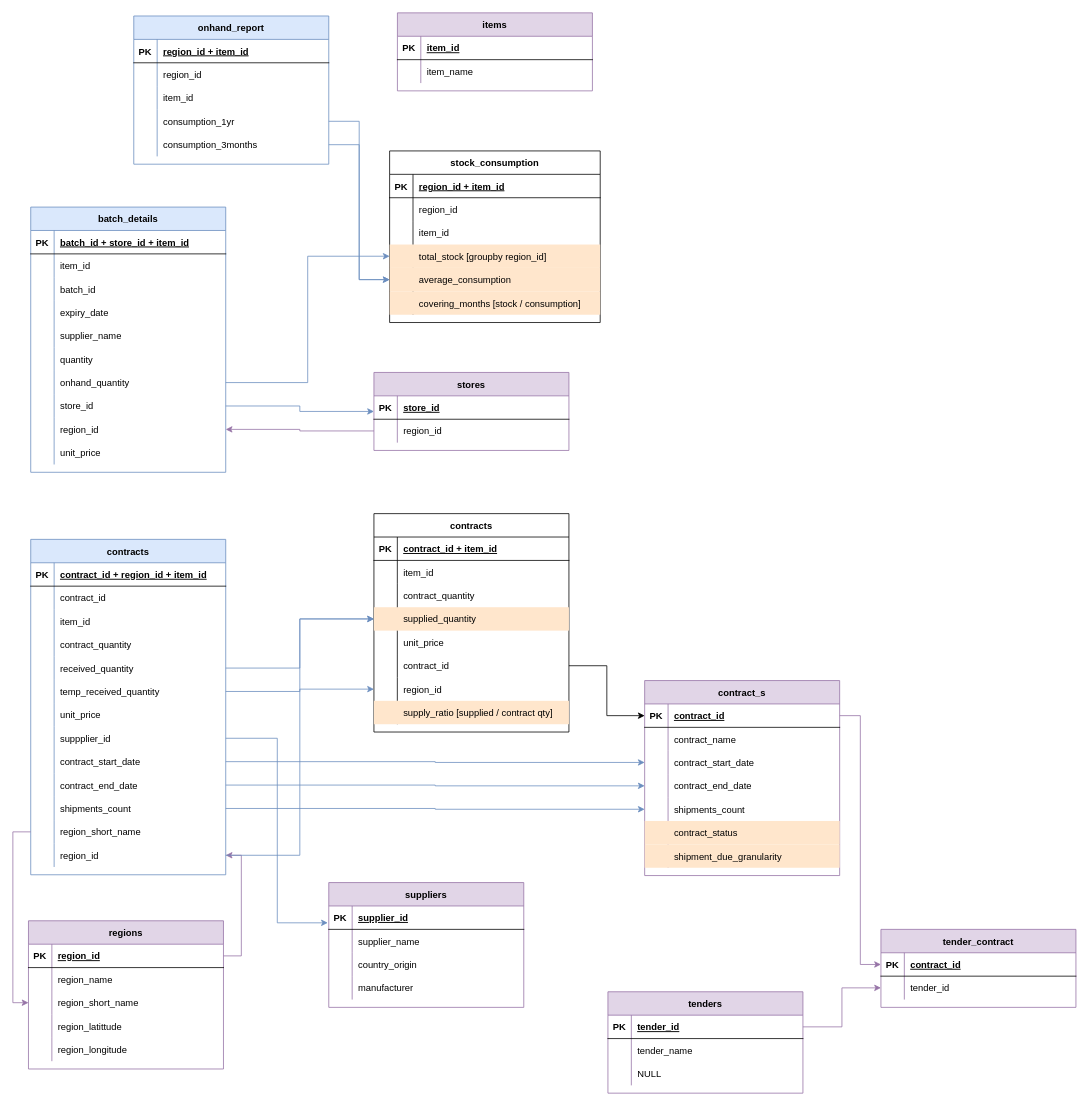
HammadYasin/OOS-Analysis-Bot keeps this draw.io diagram as oos_bot.drawio. Above is the earlier version. Source tidied: cells renumbered, new cells numbered last; positions are measured from the earlier drawing's top-left corner, leaving out a move shared by most shapes. Both pictures are drawn from the tidied source at 78%, with x=0, y=0 at pixel (28, 12).
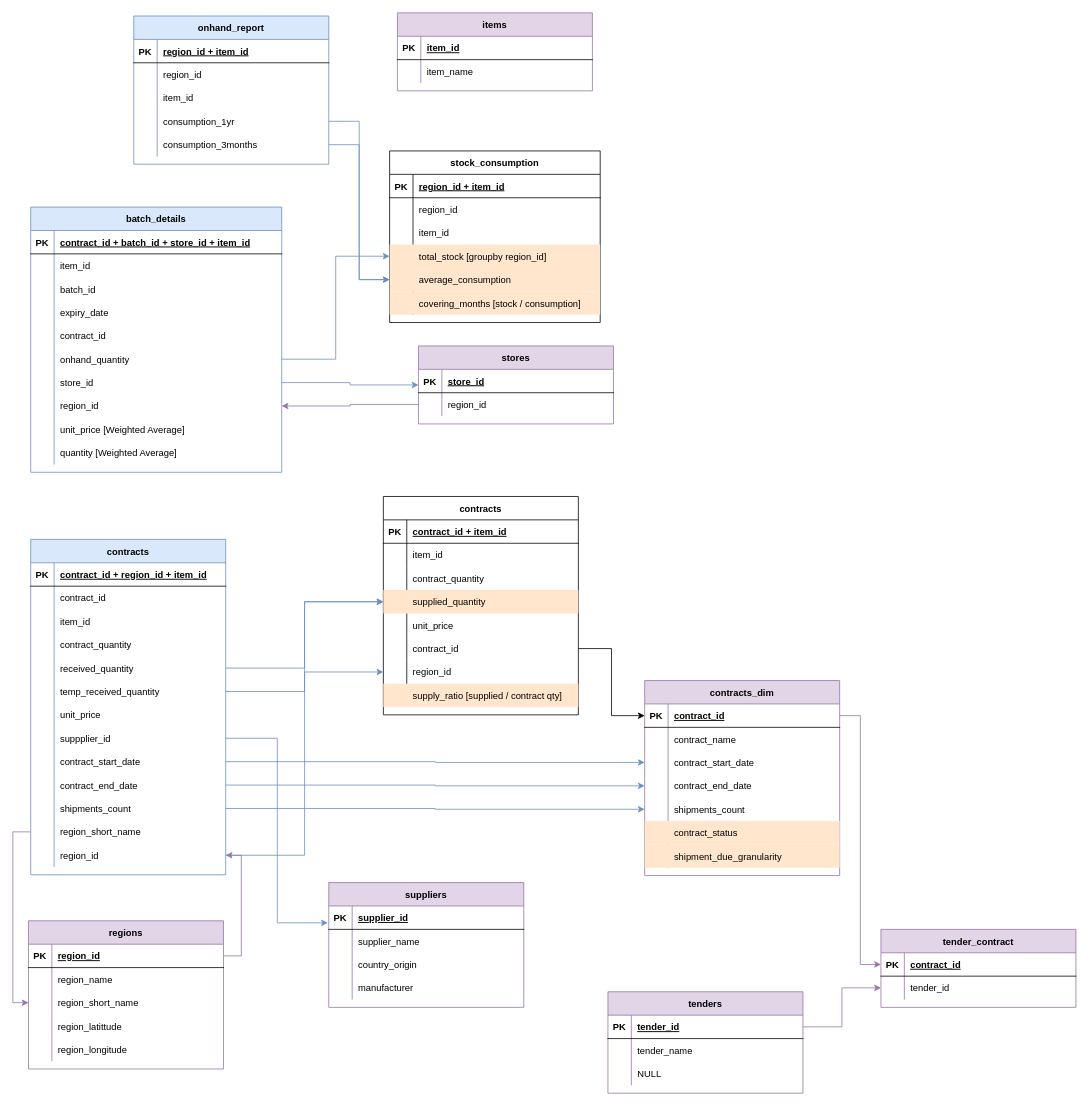
The same page after the edit.

The edit, as a diff of the source:
```diff
@@
     <mxCell id="58" value="batch_details" style="shape=table;startSize=30;childLayout=tableLayout;rowLines=0;fontStyle=1;align=center;fillColor=#dae8fc;strokeColor=#6c8ebf;" parent="1" vertex="1">
-      <mxGeometry x="2.9" y="249" width="250" height="340" as="geometry" />
+      <mxGeometry x="2.9" y="249" width="321.8" height="340" as="geometry" />
     </mxCell>
     <mxCell id="59" style="shape=partialRectangle;fillColor=none;top=0;left=0;right=0;bottom=1;" parent="58" vertex="1">
-      <mxGeometry y="30" width="250" height="30" as="geometry" />
+      <mxGeometry y="30" width="321.8" height="30" as="geometry" />
     </mxCell>
@@
-    <mxCell id="61" value="batch_id + store_id + item_id" style="shape=partialRectangle;overflow=hidden;fillColor=none;top=0;left=0;bottom=0;right=0;align=left;spacingLeft=6;fontStyle=5;" parent="59" vertex="1">
-      <mxGeometry x="30" width="220" height="30" as="geometry" />
+    <mxCell id="61" value="contract_id + batch_id + store_id + item_id" style="shape=partialRectangle;overflow=hidden;fillColor=none;top=0;left=0;bottom=0;right=0;align=left;spacingLeft=6;fontStyle=5;" parent="59" vertex="1">
+      <mxGeometry x="30" width="291.8" height="30" as="geometry" />
     </mxCell>
     <mxCell id="62" style="shape=partialRectangle;fillColor=none;top=0;left=0;right=0;bottom=0;" parent="58" vertex="1">
-      <mxGeometry y="60" width="250" height="30" as="geometry" />
+      <mxGeometry y="60" width="321.8" height="30" as="geometry" />
     </mxCell>
@@
     <mxCell id="64" value="item_id" style="shape=partialRectangle;overflow=hidden;fillColor=none;top=0;left=0;bottom=0;right=0;align=left;spacingLeft=6;" parent="62" vertex="1">
-      <mxGeometry x="30" width="220" height="30" as="geometry" />
+      <mxGeometry x="30" width="291.8" height="30" as="geometry" />
     </mxCell>
     <mxCell id="65" style="shape=partialRectangle;fillColor=none;top=0;left=0;right=0;bottom=0;" parent="58" vertex="1">
-      <mxGeometry y="90" width="250" height="30" as="geometry" />
+      <mxGeometry y="90" width="321.8" height="30" as="geometry" />
     </mxCell>
@@
     <mxCell id="67" value="batch_id" style="shape=partialRectangle;overflow=hidden;fillColor=none;top=0;left=0;bottom=0;right=0;align=left;spacingLeft=6;" parent="65" vertex="1">
-      <mxGeometry x="30" width="220" height="30" as="geometry" />
+      <mxGeometry x="30" width="291.8" height="30" as="geometry" />
     </mxCell>
     <mxCell id="68" style="shape=partialRectangle;fillColor=none;top=0;left=0;right=0;bottom=0;" parent="58" vertex="1">
-      <mxGeometry y="120" width="250" height="30" as="geometry" />
+      <mxGeometry y="120" width="321.8" height="30" as="geometry" />
     </mxCell>
@@
     <mxCell id="70" value="expiry_date" style="shape=partialRectangle;overflow=hidden;fillColor=none;top=0;left=0;bottom=0;right=0;align=left;spacingLeft=6;" parent="68" vertex="1">
-      <mxGeometry x="30" width="220" height="30" as="geometry" />
+      <mxGeometry x="30" width="291.8" height="30" as="geometry" />
     </mxCell>
-    <mxCell id="71" style="shape=partialRectangle;fillColor=none;top=0;left=0;right=0;bottom=0;" parent="58" vertex="1">
-      <mxGeometry y="150" width="250" height="30" as="geometry" />
-    </mxCell>
-    <mxCell id="72" style="shape=partialRectangle;overflow=hidden;fillColor=none;top=0;left=0;bottom=0;right=0;" parent="71" vertex="1">
-      <mxGeometry width="30" height="30" as="geometry" />
-    </mxCell>
-    <mxCell id="73" value="supplier_name" style="shape=partialRectangle;overflow=hidden;fillColor=none;top=0;left=0;bottom=0;right=0;align=left;spacingLeft=6;" parent="71" vertex="1">
-      <mxGeometry x="30" width="220" height="30" as="geometry" />
-    </mxCell>
     <mxCell id="74" style="shape=partialRectangle;fillColor=none;top=0;left=0;right=0;bottom=0;" parent="58" vertex="1">
-      <mxGeometry y="180" width="250" height="30" as="geometry" />
+      <mxGeometry y="150" width="321.8" height="30" as="geometry" />
     </mxCell>
@@
-    <mxCell id="76" value="quantity" style="shape=partialRectangle;overflow=hidden;fillColor=none;top=0;left=0;bottom=0;right=0;align=left;spacingLeft=6;" parent="74" vertex="1">
-      <mxGeometry x="30" width="220" height="30" as="geometry" />
+    <mxCell id="76" value="contract_id" style="shape=partialRectangle;overflow=hidden;fillColor=none;top=0;left=0;bottom=0;right=0;align=left;spacingLeft=6;" parent="74" vertex="1">
+      <mxGeometry x="30" width="291.8" height="30" as="geometry" />
     </mxCell>
     <mxCell id="77" style="shape=partialRectangle;points=[[0,0.5],[1,0.5]];portConstraint=eastwest;top=0;left=0;right=0;bottom=0;fillColor=none;" parent="58" vertex="1">
-      <mxGeometry y="210" width="250" height="30" as="geometry" />
+      <mxGeometry y="180" width="321.8" height="30" as="geometry" />
     </mxCell>
@@
     <mxCell id="79" value="onhand_quantity" style="shape=partialRectangle;overflow=hidden;fillColor=none;top=0;left=0;bottom=0;right=0;align=left;spacingLeft=6;" parent="77" vertex="1">
-      <mxGeometry x="30" width="220" height="30" as="geometry" />
+      <mxGeometry x="30" width="291.8" height="30" as="geometry" />
     </mxCell>
     <mxCell id="80" style="shape=partialRectangle;points=[[0,0.5],[1,0.5]];portConstraint=eastwest;top=0;left=0;right=0;bottom=0;fillColor=none;" parent="58" vertex="1">
-      <mxGeometry y="240" width="250" height="30" as="geometry" />
+      <mxGeometry y="210" width="321.8" height="30" as="geometry" />
     </mxCell>
@@
     <mxCell id="82" value="store_id" style="shape=partialRectangle;overflow=hidden;fillColor=none;top=0;left=0;bottom=0;right=0;align=left;spacingLeft=6;" parent="80" vertex="1">
-      <mxGeometry x="30" width="220" height="30" as="geometry" />
+      <mxGeometry x="30" width="291.8" height="30" as="geometry" />
     </mxCell>
     <mxCell id="83" style="shape=partialRectangle;points=[[0,0.5],[1,0.5]];portConstraint=eastwest;top=0;left=0;right=0;bottom=0;fillColor=none;" parent="58" vertex="1">
-      <mxGeometry y="270" width="250" height="30" as="geometry" />
+      <mxGeometry y="240" width="321.8" height="30" as="geometry" />
     </mxCell>
@@
     <mxCell id="85" value="region_id" style="shape=partialRectangle;overflow=hidden;fillColor=none;top=0;left=0;bottom=0;right=0;align=left;spacingLeft=6;" parent="83" vertex="1">
-      <mxGeometry x="30" width="220" height="30" as="geometry" />
+      <mxGeometry x="30" width="291.8" height="30" as="geometry" />
     </mxCell>
     <mxCell id="86" style="shape=partialRectangle;top=0;left=0;right=0;bottom=0;fillColor=none;" parent="58" vertex="1">
-      <mxGeometry y="300" width="250" height="30" as="geometry" />
+      <mxGeometry y="270" width="321.8" height="30" as="geometry" />
     </mxCell>
@@
-    <mxCell id="88" value="unit_price" style="shape=partialRectangle;overflow=hidden;fillColor=none;top=0;left=0;bottom=0;right=0;align=left;spacingLeft=6;" parent="86" vertex="1">
-      <mxGeometry x="30" width="220" height="30" as="geometry" />
+    <mxCell id="88" value="unit_price [Weighted Average]" style="shape=partialRectangle;overflow=hidden;fillColor=none;top=0;left=0;bottom=0;right=0;align=left;spacingLeft=6;" parent="86" vertex="1">
+      <mxGeometry x="30" width="291.8" height="30" as="geometry" />
     </mxCell>
+    <mxCell id="232" style="shape=partialRectangle;fillColor=none;top=0;left=0;right=0;bottom=0;" parent="58" vertex="1">
+      <mxGeometry y="300" width="321.8" height="30" as="geometry" />
+    </mxCell>
+    <mxCell id="72" style="shape=partialRectangle;overflow=hidden;fillColor=none;top=0;left=0;bottom=0;right=0;" parent="232" vertex="1">
+      <mxGeometry width="30" height="30" as="geometry" />
+    </mxCell>
+    <mxCell id="233" value="quantity [Weighted Average]" style="shape=partialRectangle;overflow=hidden;fillColor=none;top=0;left=0;bottom=0;right=0;align=left;spacingLeft=6;" parent="232" vertex="1">
+      <mxGeometry x="30" width="291.8" height="30" as="geometry" />
+    </mxCell>
@@
-    <mxCell id="143" value="contract_s" style="shape=table;startSize=30;childLayout=tableLayout;rowLines=0;fontStyle=1;align=center;fillColor=#e1d5e7;strokeColor=#9673a6;" parent="1" vertex="1">
+    <mxCell id="143" value="contracts_dim" style="shape=table;startSize=30;childLayout=tableLayout;rowLines=0;fontStyle=1;align=center;fillColor=#e1d5e7;strokeColor=#9673a6;" parent="1" vertex="1">
       <mxGeometry x="790" y="856" width="250" height="250" as="geometry" />
     </mxCell>
@@
     <mxCell id="185" value="contracts" style="shape=table;startSize=30;childLayout=tableLayout;rowLines=0;fontStyle=1;align=center;" parent="1" vertex="1">
-      <mxGeometry x="442.9" y="642" width="250" height="280" as="geometry" />
+      <mxGeometry x="455" y="620" width="250" height="280" as="geometry" />
     </mxCell>
@@
     <mxCell id="217" value="stores" style="shape=table;startSize=30;childLayout=tableLayout;rowLines=0;fontStyle=1;align=center;fillColor=#e1d5e7;strokeColor=#9673a6;" parent="1" vertex="1">
-      <mxGeometry x="442.9" y="461" width="250" height="100" as="geometry" />
+      <mxGeometry x="500" y="427" width="250" height="100" as="geometry" />
     </mxCell>
```
